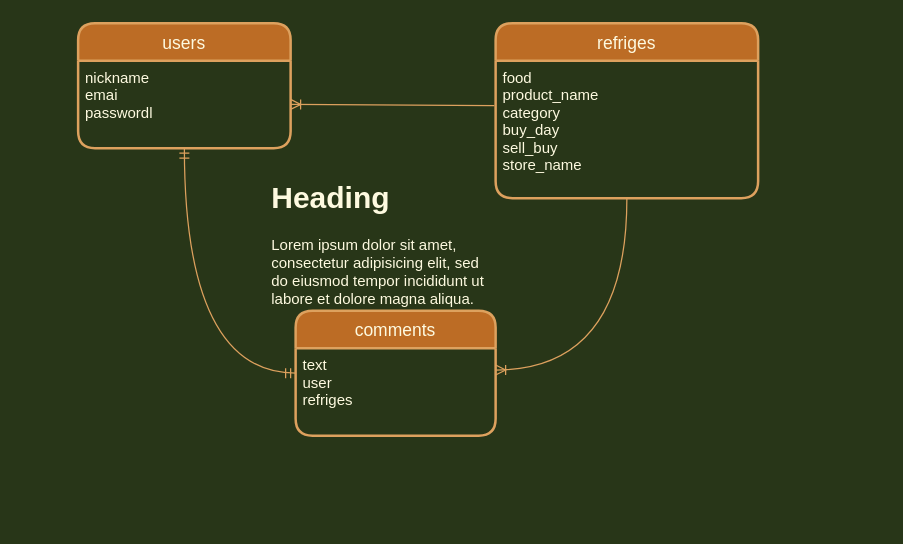
This is reico-32076.dio from 0204ito/reico-32076, a draw.io file, before an edit. Source tidied: cells renumbered, new cells numbered last; positions are measured from the earlier drawing's top-left corner, leaving out a move shared by most shapes. Both pictures are drawn from the tidied source at 125%, with x=0, y=0 at pixel (78, 22).
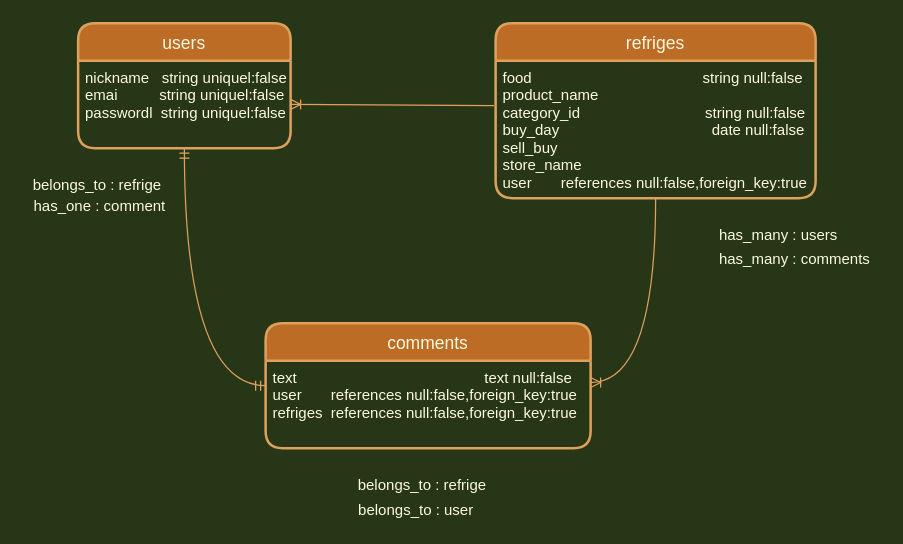
The same page after the edit.

What changed in the source:
```diff
@@
 <mxGraphModel background="#283618">
   <root>
     <mxCell id="0" />
     <mxCell id="1" parent="0" />
     <mxCell id="2" style="fontSize=12;html=1;endArrow=ERoneToMany;entryX=1;entryY=0.5;entryDx=0;entryDy=0;exitX=-0.005;exitY=0.327;exitDx=0;exitDy=0;exitPerimeter=0;strokeColor=#DDA15E;fontColor=#FEFAE0;labelBackgroundColor=#283618;" parent="1" edge="1" source="8" target="6">
       <mxGeometry relative="1" as="geometry" />
     </mxCell>
     <mxCell id="3" style="fontSize=12;html=1;endArrow=ERoneToMany;entryX=1;entryY=0.25;entryDx=0;entryDy=0;exitX=0.5;exitY=1;exitDx=0;exitDy=0;edgeStyle=orthogonalEdgeStyle;curved=1;strokeColor=#DDA15E;fontColor=#FEFAE0;labelBackgroundColor=#283618;" parent="1" edge="1" source="8" target="10">
       <mxGeometry relative="1" as="geometry" />
     </mxCell>
     <mxCell id="4" style="fontSize=12;html=1;endArrow=ERmandOne;startArrow=ERmandOne;entryX=0.5;entryY=1;entryDx=0;entryDy=0;exitX=0;exitY=0.5;exitDx=0;exitDy=0;edgeStyle=orthogonalEdgeStyle;curved=1;strokeColor=#DDA15E;fontColor=#FEFAE0;labelBackgroundColor=#283618;" parent="1" edge="1" source="9" target="6">
       <mxGeometry relative="1" as="geometry" />
     </mxCell>
     <mxCell id="5" value="users" style="swimlane;horizontal=1;startSize=30;rounded=1;fontSize=14;fontStyle=0;strokeWidth=2;shadow=0;dashed=0;align=center;fillColor=#BC6C25;strokeColor=#DDA15E;fontColor=#FEFAE0;" parent="1" vertex="1">
       <mxGeometry width="170" height="100" as="geometry" />
     </mxCell>
-    <mxCell id="6" value="nickname&#10;emai&#10;passwordl&#10;" style="align=left;strokeColor=none;fillColor=none;spacingLeft=4;fontSize=12;verticalAlign=top;fontColor=#FEFAE0;" parent="5" vertex="1">
+    <mxCell id="6" value="nickname   string uniquel:false&#10;emai          string uniquel:false&#10;passwordl  string uniquel:false&#10;" style="align=left;strokeColor=none;fillColor=none;spacingLeft=4;fontSize=12;verticalAlign=top;fontColor=#FEFAE0;" parent="5" vertex="1">
       <mxGeometry y="30" width="170" height="70" as="geometry" />
     </mxCell>
     <mxCell id="7" value="refriges" style="swimlane;horizontal=1;startSize=30;rounded=1;fontSize=14;fontStyle=0;strokeWidth=2;shadow=0;dashed=0;align=center;fillColor=#BC6C25;strokeColor=#DDA15E;fontColor=#FEFAE0;" parent="1" vertex="1">
-      <mxGeometry x="334" width="210" height="140" as="geometry" />
+      <mxGeometry x="334" width="256" height="140" as="geometry" />
     </mxCell>
-    <mxCell id="8" value="food&#10;product_name&#10;category&#10;buy_day&#10;sell_buy&#10;store_name" style="align=left;strokeColor=none;fillColor=none;spacingLeft=4;fontSize=12;verticalAlign=top;fontColor=#FEFAE0;" parent="7" vertex="1">
-      <mxGeometry y="30" width="210" height="110" as="geometry" />
+    <mxCell id="8" value="food                                         string null:false&#10;product_name&#10;category_id                              string null:false    &#10;buy_day                  　               date null:false&#10;sell_buy&#10;store_name&#10;user       references null:false,foreign_key:true" style="align=left;strokeColor=none;fillColor=none;spacingLeft=4;fontSize=12;verticalAlign=top;fontColor=#FEFAE0;" parent="7" vertex="1">
+      <mxGeometry y="30" width="256" height="110" as="geometry" />
     </mxCell>
     <mxCell id="9" value="comments" style="swimlane;horizontal=1;startSize=30;rounded=1;fontSize=14;fontStyle=0;strokeWidth=2;shadow=0;dashed=0;align=center;fillColor=#BC6C25;strokeColor=#DDA15E;fontColor=#FEFAE0;" parent="1" vertex="1">
-      <mxGeometry x="174" y="230" width="160" height="100" as="geometry" />
+      <mxGeometry x="150" y="240" width="260" height="100" as="geometry" />
     </mxCell>
-    <mxCell id="10" value="text&#10;user&#10;refriges" style="align=left;strokeColor=none;fillColor=none;spacingLeft=4;fontSize=12;verticalAlign=top;fontColor=#FEFAE0;" parent="9" vertex="1">
-      <mxGeometry y="30" width="160" height="70" as="geometry" />
+    <mxCell id="10" value="text                                             text null:false&#10;user       references null:false,foreign_key:true&#10;refriges  references null:false,foreign_key:true" style="align=left;strokeColor=none;fillColor=none;spacingLeft=4;fontSize=12;verticalAlign=top;fontColor=#FEFAE0;" parent="9" vertex="1">
+      <mxGeometry y="30" width="260" height="70" as="geometry" />
     </mxCell>
-    <mxCell id="11" value="&lt;h1&gt;Heading&lt;/h1&gt;&lt;p&gt;Lorem ipsum dolor sit amet, consectetur adipisicing elit, sed do eiusmod tempor incididunt ut labore et dolore magna aliqua.&lt;/p&gt;" style="text;html=1;strokeColor=none;fillColor=none;spacing=5;spacingTop=-20;whiteSpace=wrap;overflow=hidden;rounded=0;sketch=0;fontColor=#FEFAE0;" parent="1" vertex="1">
-      <mxGeometry x="150" y="120" width="190" height="120" as="geometry" />
-    </mxCell>
+    <mxCell id="12" value="has_many : users" style="text;html=1;align=center;verticalAlign=middle;fontColor=#FEFAE0;" parent="1" vertex="1">
+      <mxGeometry x="505" y="160" width="110" height="20" as="geometry" />
+    </mxCell>
+    <mxCell id="13" value="belongs_to : refrige" style="text;html=1;align=center;verticalAlign=middle;fontColor=#FEFAE0;" parent="1" vertex="1">
+      <mxGeometry x="-45" y="120" width="120" height="20" as="geometry" />
+    </mxCell>
+    <mxCell id="14" value="has_many : comments" style="text;html=1;align=center;verticalAlign=middle;fontColor=#FEFAE0;" parent="1" vertex="1">
+      <mxGeometry x="503" y="179" width="140" height="20" as="geometry" />
+    </mxCell>
+    <mxCell id="15" value="belongs_to : refrige" style="text;html=1;align=center;verticalAlign=middle;fontColor=#FEFAE0;" parent="1" vertex="1">
+      <mxGeometry x="215" y="360" width="120" height="20" as="geometry" />
+    </mxCell>
+    <mxCell id="16" value="has_one : comment" style="text;html=1;align=center;verticalAlign=middle;fontColor=#FEFAE0;" parent="1" vertex="1">
+      <mxGeometry x="-43" y="137" width="120" height="20" as="geometry" />
+    </mxCell>
+    <mxCell id="17" value="belongs_to : user" style="text;html=1;align=center;verticalAlign=middle;fontColor=#FEFAE0;" parent="1" vertex="1">
+      <mxGeometry x="215" y="380" width="110" height="20" as="geometry" />
+    </mxCell>
   </root>
 </mxGraphModel>
```
